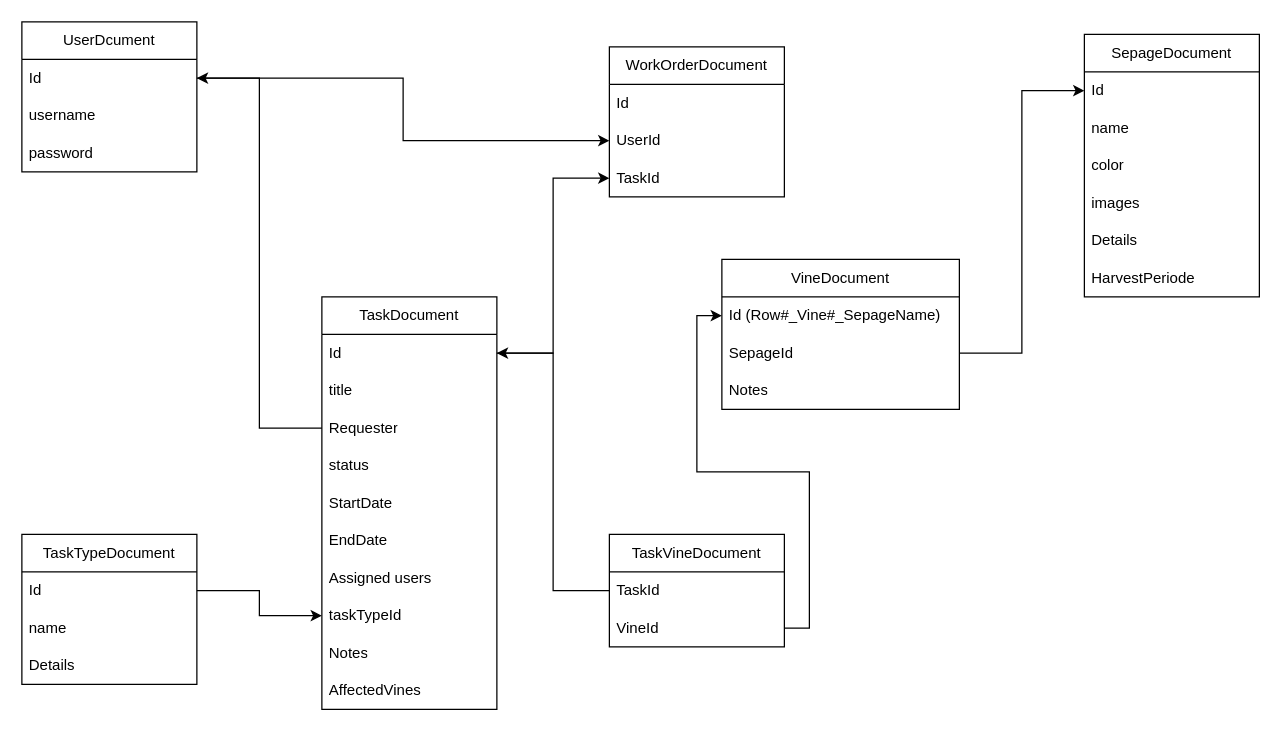
The draw.io diagram doc/data-structure.drawio in TheVannysher/RavenhillSoftware, before the edit. Source tidied: cells renumbered, new cells numbered last; positions are measured from the earlier drawing's top-left corner, leaving out a move shared by most shapes. Both pictures are drawn from the tidied source at 125%, with x=0, y=0 at pixel (21, 21).
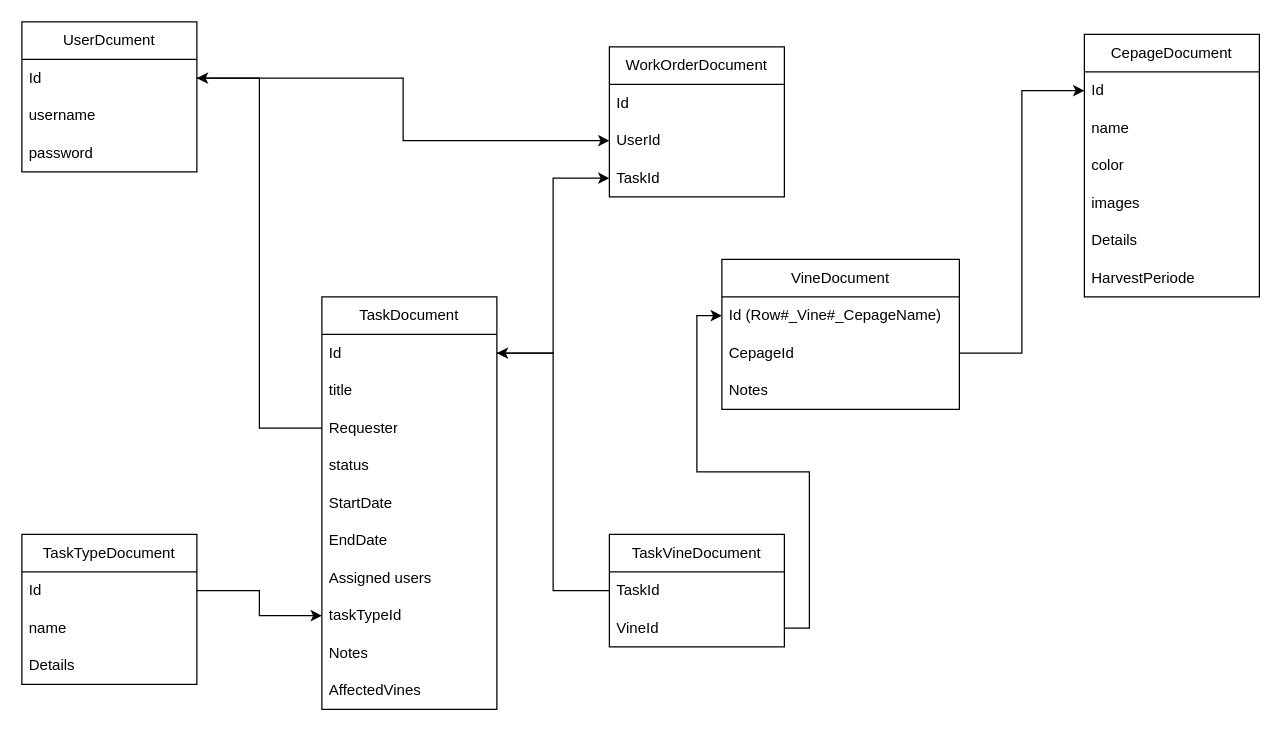
Above is the later version.

The change refers to these unchanged cells:
```xml
<mxCell id="18" value="VineDocument" style="swimlane;fontStyle=0;horizontal=1;startSize=30;whiteSpace=wrap;html=1;" parent="1" vertex="1">
  <mxGeometry x="560" y="190" width="190" height="120" as="geometry" />
</mxCell>
```

Change to the diagram source:
```diff
@@
-    <mxCell id="19" value="Id (Row#_Vine#_SepageName)" style="text;strokeColor=none;fillColor=none;align=left;verticalAlign=middle;spacingLeft=4;spacingRight=4;overflow=hidden;points=[[0,0.5],[1,0.5]];portConstraint=eastwest;whiteSpace=wrap;html=1;" parent="18" vertex="1">
+    <mxCell id="19" value="Id (Row#_Vine#_CepageName)" style="text;strokeColor=none;fillColor=none;align=left;verticalAlign=middle;spacingLeft=4;spacingRight=4;overflow=hidden;points=[[0,0.5],[1,0.5]];portConstraint=eastwest;whiteSpace=wrap;html=1;" parent="18" vertex="1">
       <mxGeometry y="30" width="190" height="30" as="geometry" />
     </mxCell>
-    <mxCell id="20" value="SepageId" style="text;strokeColor=none;fillColor=none;align=left;verticalAlign=middle;spacingLeft=4;spacingRight=4;overflow=hidden;points=[[0,0.5],[1,0.5]];portConstraint=eastwest;whiteSpace=wrap;html=1;" parent="18" vertex="1">
+    <mxCell id="20" value="CepageId" style="text;strokeColor=none;fillColor=none;align=left;verticalAlign=middle;spacingLeft=4;spacingRight=4;overflow=hidden;points=[[0,0.5],[1,0.5]];portConstraint=eastwest;whiteSpace=wrap;html=1;" parent="18" vertex="1">
       <mxGeometry y="60" width="190" height="30" as="geometry" />
     </mxCell>
@@
-    <mxCell id="37" value="SepageDocument" style="swimlane;fontStyle=0;horizontal=1;startSize=30;whiteSpace=wrap;html=1;" parent="1" vertex="1">
+    <mxCell id="37" value="CepageDocument" style="swimlane;fontStyle=0;horizontal=1;startSize=30;whiteSpace=wrap;html=1;" parent="1" vertex="1">
       <mxGeometry x="850" y="10" width="140" height="210" as="geometry" />
     </mxCell>
```
